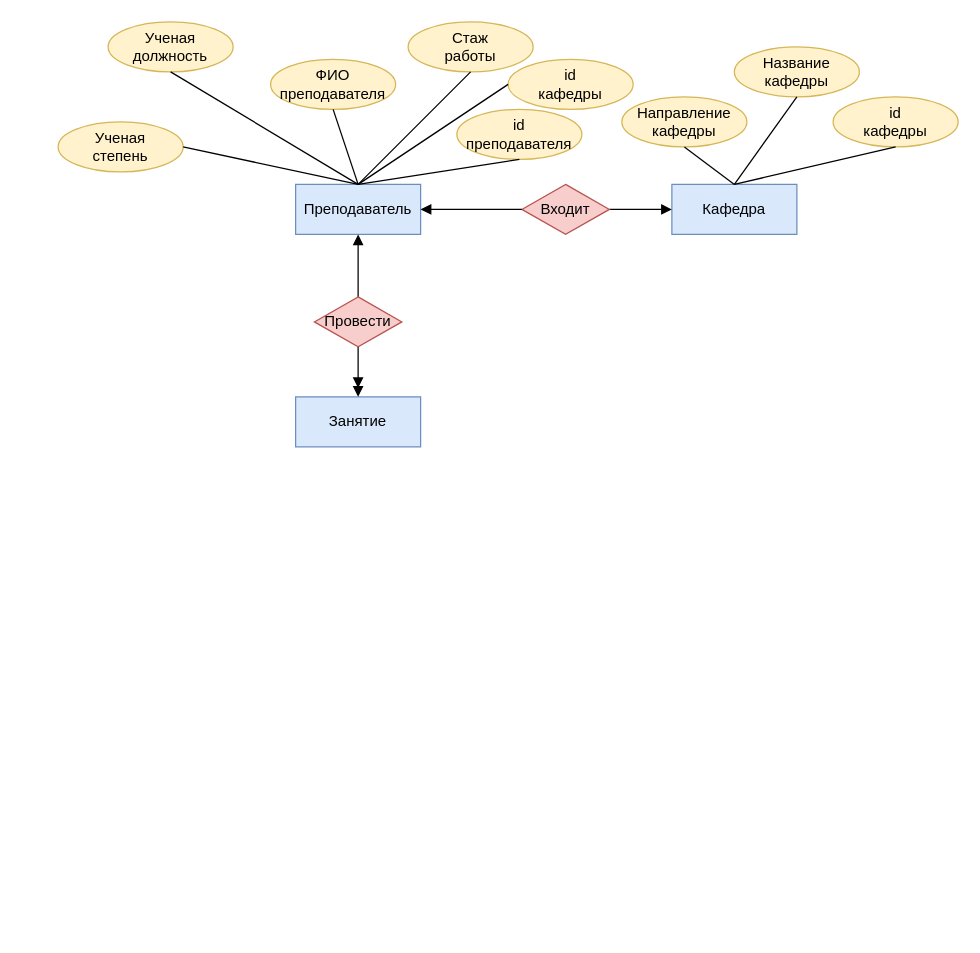
Above: page "БД по легенде" (1 of 2) of draw_io/БД.drawio in Dimj1k/Works (draw.io), before the change. Source tidied: cells renumbered, new cells numbered last; positions are measured from the earlier drawing's top-left corner, leaving out a move shared by most shapes. Both pictures are drawn from the tidied source at 125%, with x=0, y=0 at pixel (58, 21).
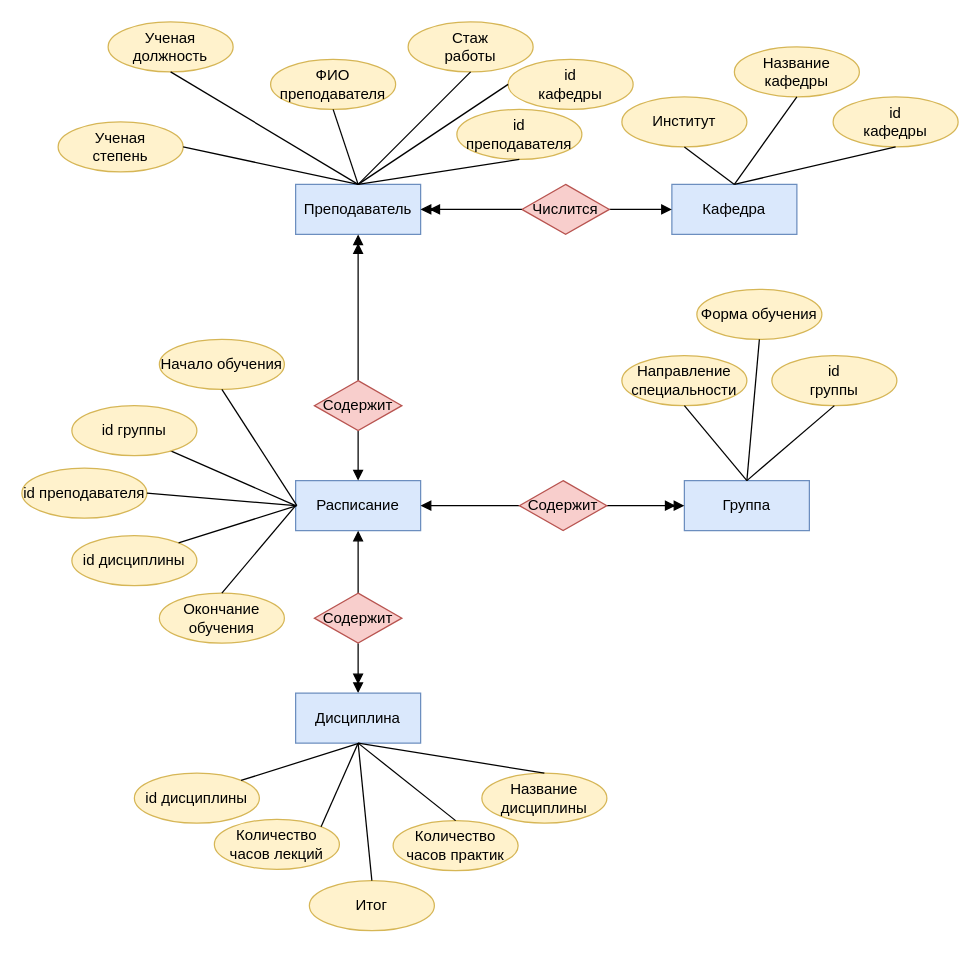
After the change.

The change refers to these unchanged cells:
```xml
<mxCell id="2" value="Преподаватель" style="whiteSpace=wrap;html=1;align=center;fillColor=#dae8fc;strokeColor=#6c8ebf;" parent="1" vertex="1">
  <mxGeometry x="190" y="130" width="100" height="40" as="geometry" />
</mxCell>
```

The edit, as a diff of the source:
```diff
@@
-    <mxCell id="19" value="Входит" style="shape=rhombus;perimeter=rhombusPerimeter;whiteSpace=wrap;html=1;align=center;fillColor=#f8cecc;strokeColor=#b85450;" parent="1" vertex="1">
+    <mxCell id="19" value="Числится" style="shape=rhombus;perimeter=rhombusPerimeter;whiteSpace=wrap;html=1;align=center;fillColor=#f8cecc;strokeColor=#b85450;" parent="1" vertex="1">
       <mxGeometry x="371" y="130" width="70" height="40" as="geometry" />
     </mxCell>
-    <mxCell id="20" style="rounded=0;jettySize=auto;html=1;entryX=1;entryY=0.5;entryDx=0;entryDy=0;endArrow=block;endFill=1;exitX=0;exitY=0.5;exitDx=0;exitDy=0;" parent="1" edge="1" source="19" target="2">
+    <mxCell id="20" style="rounded=0;jettySize=auto;html=1;entryX=1;entryY=0.5;entryDx=0;entryDy=0;endArrow=doubleBlock;endFill=1;exitX=0;exitY=0.5;exitDx=0;exitDy=0;" parent="1" edge="1" source="19" target="2">
       <mxGeometry relative="1" as="geometry" />
     </mxCell>
@@
-    <mxCell id="23" value="Занятие" style="whiteSpace=wrap;html=1;align=center;fillColor=#dae8fc;strokeColor=#6c8ebf;" parent="1" vertex="1">
-      <mxGeometry x="190" y="300" width="100" height="40" as="geometry" />
+    <mxCell id="23" value="Расписание" style="whiteSpace=wrap;html=1;align=center;fillColor=#dae8fc;strokeColor=#6c8ebf;" parent="1" vertex="1">
+      <mxGeometry x="190" y="367" width="100" height="40" as="geometry" />
     </mxCell>
-    <mxCell id="24" style="edgeStyle=orthogonalEdgeStyle;rounded=0;jettySize=auto;html=1;entryX=0.5;entryY=1;entryDx=0;entryDy=0;endArrow=block;endFill=1;" parent="1" edge="1" source="26" target="2">
+    <mxCell id="24" style="edgeStyle=orthogonalEdgeStyle;rounded=0;jettySize=auto;html=1;entryX=0.5;entryY=1;entryDx=0;entryDy=0;endArrow=doubleBlock;endFill=1;" parent="1" edge="1" source="26" target="2">
       <mxGeometry relative="1" as="geometry" />
     </mxCell>
-    <mxCell id="25" style="edgeStyle=orthogonalEdgeStyle;rounded=0;jettySize=auto;html=1;entryX=0.5;entryY=0;entryDx=0;entryDy=0;endArrow=doubleBlock;endFill=1;" parent="1" edge="1" source="26" target="23">
+    <mxCell id="25" style="edgeStyle=orthogonalEdgeStyle;rounded=0;jettySize=auto;html=1;entryX=0.5;entryY=0;entryDx=0;entryDy=0;endArrow=block;endFill=1;" parent="1" edge="1" source="26" target="23">
       <mxGeometry relative="1" as="geometry" />
     </mxCell>
-    <mxCell id="26" value="Провести" style="shape=rhombus;perimeter=rhombusPerimeter;whiteSpace=wrap;html=1;align=center;fillColor=#f8cecc;strokeColor=#b85450;" parent="1" vertex="1">
-      <mxGeometry x="205" y="220" width="70" height="40" as="geometry" />
+    <mxCell id="26" value="Содержит" style="shape=rhombus;perimeter=rhombusPerimeter;whiteSpace=wrap;html=1;align=center;fillColor=#f8cecc;strokeColor=#b85450;" parent="1" vertex="1">
+      <mxGeometry x="205" y="287" width="70" height="40" as="geometry" />
     </mxCell>
-    <mxCell id="27" value="Направление&lt;br&gt;кафедры" style="ellipse;whiteSpace=wrap;html=1;align=center;fillColor=#fff2cc;strokeColor=#d6b656;" parent="1" vertex="1">
+    <mxCell id="27" value="Институт" style="ellipse;whiteSpace=wrap;html=1;align=center;fillColor=#fff2cc;strokeColor=#d6b656;" parent="1" vertex="1">
       <mxGeometry x="451" y="60" width="100" height="40" as="geometry" />
     </mxCell>
@@
+    <mxCell id="29" value="id дисциплины" style="ellipse;whiteSpace=wrap;html=1;align=center;fillColor=#fff2cc;strokeColor=#d6b656;" parent="1" vertex="1">
+      <mxGeometry x="11" y="411" width="100" height="40" as="geometry" />
+    </mxCell>
+    <mxCell id="30" style="endArrow=none;html=1;rounded=0;exitX=1;exitY=0;exitDx=0;exitDy=0;" parent="1" edge="1" source="29">
+      <mxGeometry relative="1" as="geometry">
+        <mxPoint x="191" y="387" as="targetPoint" />
+      </mxGeometry>
+    </mxCell>
+    <mxCell id="31" style="edgeStyle=orthogonalEdgeStyle;rounded=0;jettySize=auto;html=1;entryX=0.5;entryY=1;entryDx=0;entryDy=0;endArrow=block;endFill=1;" parent="1" edge="1" source="33">
+      <mxGeometry relative="1" as="geometry">
+        <mxPoint x="240" y="407" as="targetPoint" />
+      </mxGeometry>
+    </mxCell>
+    <mxCell id="32" style="edgeStyle=orthogonalEdgeStyle;rounded=0;jettySize=auto;html=1;entryX=0.5;entryY=0;entryDx=0;entryDy=0;endArrow=doubleBlock;endFill=1;" parent="1" edge="1" source="33">
+      <mxGeometry relative="1" as="geometry">
+        <mxPoint x="240" y="537" as="targetPoint" />
+      </mxGeometry>
+    </mxCell>
+    <mxCell id="33" value="Содержит" style="shape=rhombus;perimeter=rhombusPerimeter;whiteSpace=wrap;html=1;align=center;fillColor=#f8cecc;strokeColor=#b85450;" parent="1" vertex="1">
+      <mxGeometry x="205" y="457" width="70" height="40" as="geometry" />
+    </mxCell>
+    <mxCell id="34" value="Дисциплина" style="whiteSpace=wrap;html=1;align=center;fillColor=#dae8fc;strokeColor=#6c8ebf;" parent="1" vertex="1">
+      <mxGeometry x="190" y="537" width="100" height="40" as="geometry" />
+    </mxCell>
+    <mxCell id="35" value="id дисциплины" style="ellipse;whiteSpace=wrap;html=1;align=center;fillColor=#fff2cc;strokeColor=#d6b656;" parent="1" vertex="1">
+      <mxGeometry x="61" y="601" width="100" height="40" as="geometry" />
+    </mxCell>
+    <mxCell id="36" style="endArrow=none;html=1;rounded=0;exitX=1;exitY=0;exitDx=0;exitDy=0;" parent="1" edge="1" source="35">
+      <mxGeometry relative="1" as="geometry">
+        <mxPoint x="241" y="577" as="targetPoint" />
+      </mxGeometry>
+    </mxCell>
+    <mxCell id="37" value="Количество часов лекций" style="ellipse;whiteSpace=wrap;html=1;align=center;fillColor=#fff2cc;strokeColor=#d6b656;" parent="1" vertex="1">
+      <mxGeometry x="125" y="638" width="100" height="40" as="geometry" />
+    </mxCell>
+    <mxCell id="38" style="endArrow=none;html=1;rounded=0;exitX=1;exitY=0;exitDx=0;exitDy=0;entryX=0.5;entryY=1;entryDx=0;entryDy=0;" parent="1" edge="1" source="37" target="34">
+      <mxGeometry relative="1" as="geometry" />
+    </mxCell>
+    <mxCell id="39" value="Количество часов практик" style="ellipse;whiteSpace=wrap;html=1;align=center;fillColor=#fff2cc;strokeColor=#d6b656;" parent="1" vertex="1">
+      <mxGeometry x="268" y="639" width="100" height="40" as="geometry" />
+    </mxCell>
+    <mxCell id="40" style="endArrow=none;html=1;rounded=0;exitX=0.5;exitY=0;exitDx=0;exitDy=0;entryX=0.5;entryY=1;entryDx=0;entryDy=0;" parent="1" edge="1" source="39" target="34">
+      <mxGeometry relative="1" as="geometry" />
+    </mxCell>
+    <mxCell id="41" value="Название дисциплины" style="ellipse;whiteSpace=wrap;html=1;align=center;fillColor=#fff2cc;strokeColor=#d6b656;" parent="1" vertex="1">
+      <mxGeometry x="339" y="601" width="100" height="40" as="geometry" />
+    </mxCell>
+    <mxCell id="42" style="endArrow=none;html=1;rounded=0;exitX=0.5;exitY=0;exitDx=0;exitDy=0;entryX=0.5;entryY=1;entryDx=0;entryDy=0;" parent="1" edge="1" source="41" target="34">
+      <mxGeometry relative="1" as="geometry" />
+    </mxCell>
+    <mxCell id="43" value="Группа" style="whiteSpace=wrap;html=1;align=center;fillColor=#dae8fc;strokeColor=#6c8ebf;" parent="1" vertex="1">
+      <mxGeometry x="501" y="367" width="100" height="40" as="geometry" />
+    </mxCell>
+    <mxCell id="44" style="edgeStyle=orthogonalEdgeStyle;rounded=0;jettySize=auto;html=1;entryX=0;entryY=0.5;entryDx=0;entryDy=0;endArrow=doubleBlock;endFill=1;" parent="1" edge="1" source="46" target="43">
+      <mxGeometry relative="1" as="geometry" />
+    </mxCell>
+    <mxCell id="45" style="edgeStyle=orthogonalEdgeStyle;rounded=0;jettySize=auto;html=1;entryX=1;entryY=0.5;entryDx=0;entryDy=0;endArrow=block;endFill=1;" parent="1" edge="1" source="46" target="23">
+      <mxGeometry relative="1" as="geometry" />
+    </mxCell>
+    <mxCell id="46" value="Содержит" style="shape=rhombus;perimeter=rhombusPerimeter;whiteSpace=wrap;html=1;align=center;fillColor=#f8cecc;strokeColor=#b85450;" parent="1" vertex="1">
+      <mxGeometry x="369" y="367" width="70" height="40" as="geometry" />
+    </mxCell>
+    <mxCell id="47" value="id&lt;br&gt;группы" style="ellipse;whiteSpace=wrap;html=1;align=center;fillColor=#fff2cc;strokeColor=#d6b656;" parent="1" vertex="1">
+      <mxGeometry x="571" y="267" width="100" height="40" as="geometry" />
+    </mxCell>
+    <mxCell id="48" style="endArrow=none;html=1;rounded=0;exitX=0.5;exitY=0;exitDx=0;exitDy=0;entryX=0.5;entryY=1;entryDx=0;entryDy=0;" parent="1" edge="1" source="43" target="47">
+      <mxGeometry relative="1" as="geometry" />
+    </mxCell>
+    <mxCell id="49" value="Направление специальности" style="ellipse;whiteSpace=wrap;html=1;align=center;fillColor=#fff2cc;strokeColor=#d6b656;" parent="1" vertex="1">
+      <mxGeometry x="451" y="267" width="100" height="40" as="geometry" />
+    </mxCell>
+    <mxCell id="50" style="endArrow=none;html=1;rounded=0;exitX=0.5;exitY=0;exitDx=0;exitDy=0;entryX=0.5;entryY=1;entryDx=0;entryDy=0;" parent="1" edge="1" source="43" target="49">
+      <mxGeometry relative="1" as="geometry" />
+    </mxCell>
+    <mxCell id="51" value="Форма обучения" style="ellipse;whiteSpace=wrap;html=1;align=center;fillColor=#fff2cc;strokeColor=#d6b656;" parent="1" vertex="1">
+      <mxGeometry x="511" y="214" width="100" height="40" as="geometry" />
+    </mxCell>
+    <mxCell id="52" style="endArrow=none;html=1;rounded=0;exitX=0.5;exitY=0;exitDx=0;exitDy=0;entryX=0.5;entryY=1;entryDx=0;entryDy=0;" parent="1" edge="1" source="43" target="51">
+      <mxGeometry relative="1" as="geometry" />
+    </mxCell>
+    <mxCell id="53" style="endArrow=none;html=1;rounded=0;entryX=0;entryY=0.5;entryDx=0;entryDy=0;exitX=0.777;exitY=0.89;exitDx=0;exitDy=0;exitPerimeter=0;" parent="1" edge="1" source="54" target="23">
+      <mxGeometry relative="1" as="geometry" />
+    </mxCell>
+    <mxCell id="54" value="id группы" style="ellipse;whiteSpace=wrap;html=1;align=center;fillColor=#fff2cc;strokeColor=#d6b656;" parent="1" vertex="1">
+      <mxGeometry x="11" y="307" width="100" height="40" as="geometry" />
+    </mxCell>
+    <mxCell id="55" value="id преподавателя" style="ellipse;whiteSpace=wrap;html=1;align=center;fillColor=#fff2cc;strokeColor=#d6b656;" parent="1" vertex="1">
+      <mxGeometry x="-29" y="357" width="100" height="40" as="geometry" />
+    </mxCell>
+    <mxCell id="56" style="endArrow=none;html=1;rounded=0;entryX=0;entryY=0.5;entryDx=0;entryDy=0;exitX=1;exitY=0.5;exitDx=0;exitDy=0;" parent="1" edge="1" source="55" target="23">
+      <mxGeometry relative="1" as="geometry" />
+    </mxCell>
+    <mxCell id="57" value="Итог" style="ellipse;whiteSpace=wrap;html=1;align=center;fillColor=#fff2cc;strokeColor=#d6b656;" parent="1" vertex="1">
+      <mxGeometry x="201" y="687" width="100" height="40" as="geometry" />
+    </mxCell>
+    <mxCell id="58" style="endArrow=none;html=1;rounded=0;exitX=0.5;exitY=0;exitDx=0;exitDy=0;entryX=0.5;entryY=1;entryDx=0;entryDy=0;" parent="1" edge="1" source="57" target="34">
+      <mxGeometry relative="1" as="geometry" />
+    </mxCell>
+    <mxCell id="59" value="Начало обучения" style="ellipse;whiteSpace=wrap;html=1;align=center;fillColor=#fff2cc;strokeColor=#d6b656;" parent="1" vertex="1">
+      <mxGeometry x="81" y="254" width="100" height="40" as="geometry" />
+    </mxCell>
+    <mxCell id="60" style="endArrow=none;html=1;rounded=0;exitX=0.5;exitY=1;exitDx=0;exitDy=0;" parent="1" edge="1" source="59">
+      <mxGeometry relative="1" as="geometry">
+        <mxPoint x="191" y="387" as="targetPoint" />
+      </mxGeometry>
+    </mxCell>
+    <mxCell id="61" value="Окончание обучения" style="ellipse;whiteSpace=wrap;html=1;align=center;fillColor=#fff2cc;strokeColor=#d6b656;" parent="1" vertex="1">
+      <mxGeometry x="81" y="457" width="100" height="40" as="geometry" />
+    </mxCell>
+    <mxCell id="62" style="endArrow=none;html=1;rounded=0;exitX=0.5;exitY=0;exitDx=0;exitDy=0;entryX=0;entryY=0.5;entryDx=0;entryDy=0;" parent="1" edge="1" source="61" target="23">
+      <mxGeometry relative="1" as="geometry" />
+    </mxCell>
```
